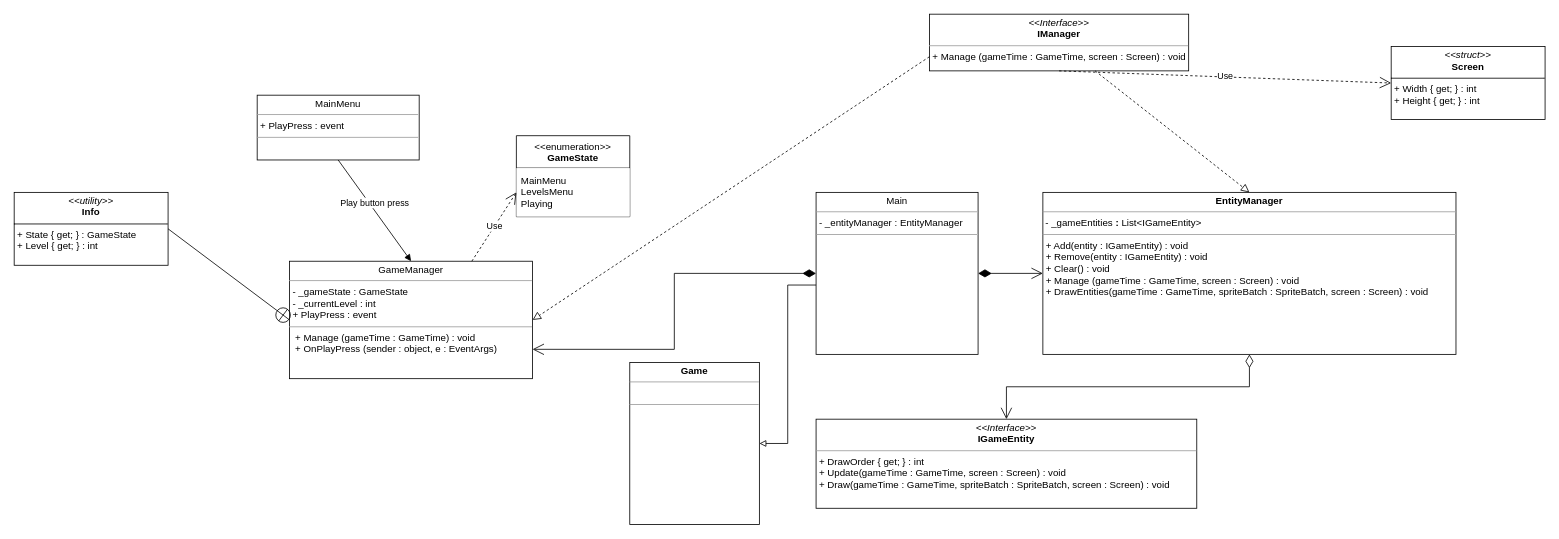
This is Diagram.drawio from Ycalk/Confinement, a draw.io file, before an edit. Source tidied: cells renumbered, new cells numbered last; positions are measured from the earlier drawing's top-left corner, leaving out a move shared by most shapes. Both pictures are drawn from the tidied source at 81%, with x=0, y=0 at pixel (14, 14).
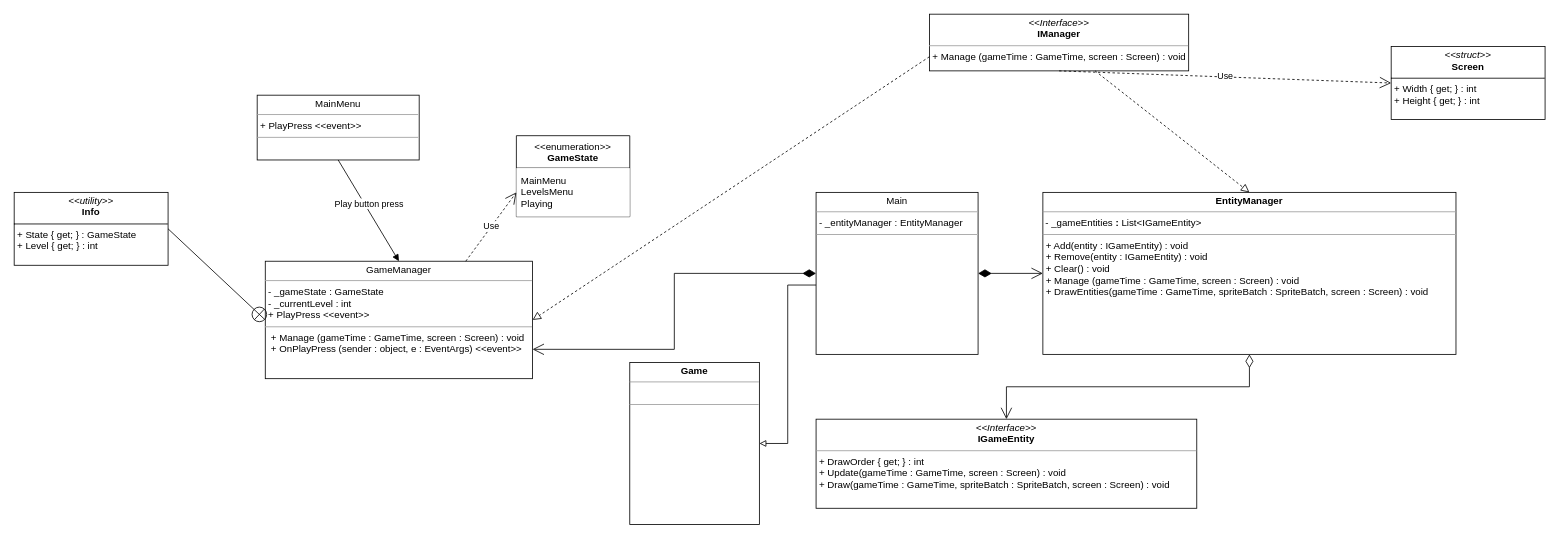
The same diagram, later.

Change to the diagram source:
```diff
@@
-    <mxCell id="12" value="&lt;p style=&quot;margin:0px;margin-top:4px;text-align:center;&quot;&gt;GameManager&lt;/p&gt;&lt;hr size=&quot;1&quot;&gt;&lt;p style=&quot;margin:0px;margin-left:4px;&quot;&gt;- _gameState : GameState&lt;/p&gt;&lt;p style=&quot;margin:0px;margin-left:4px;&quot;&gt;- _currentLevel : int&lt;/p&gt;&lt;p style=&quot;margin:0px;margin-left:4px;&quot;&gt;+ PlayPress : event&lt;/p&gt;&lt;hr size=&quot;1&quot;&gt;&lt;p style=&quot;margin:0px;margin-left:4px;&quot;&gt;&amp;nbsp;+ Manage (gameTime : GameTime) : void&lt;/p&gt;&lt;p style=&quot;margin:0px;margin-left:4px;&quot;&gt;&amp;nbsp;+ OnPlayPress (sender : object, e : EventArgs)&lt;/p&gt;" style="verticalAlign=top;align=left;overflow=fill;fontSize=12;fontFamily=Helvetica;html=1;whiteSpace=wrap;" parent="1" vertex="1">
-      <mxGeometry x="340" y="305" width="300" height="145" as="geometry" />
+    <mxCell id="12" value="&lt;p style=&quot;margin:0px;margin-top:4px;text-align:center;&quot;&gt;GameManager&lt;/p&gt;&lt;hr size=&quot;1&quot;&gt;&lt;p style=&quot;margin:0px;margin-left:4px;&quot;&gt;- _gameState : GameState&lt;/p&gt;&lt;p style=&quot;margin:0px;margin-left:4px;&quot;&gt;- _currentLevel : int&lt;/p&gt;&lt;p style=&quot;margin:0px;margin-left:4px;&quot;&gt;+ PlayPress &amp;lt;&amp;lt;event&amp;gt;&amp;gt;&lt;/p&gt;&lt;hr size=&quot;1&quot;&gt;&lt;p style=&quot;margin:0px;margin-left:4px;&quot;&gt;&amp;nbsp;+ Manage (gameTime : GameTime, screen : Screen) : void&lt;/p&gt;&lt;p style=&quot;margin:0px;margin-left:4px;&quot;&gt;&amp;nbsp;+ OnPlayPress (sender : object, e : EventArgs) &amp;lt;&amp;lt;event&amp;gt;&amp;gt;&lt;/p&gt;" style="verticalAlign=top;align=left;overflow=fill;fontSize=12;fontFamily=Helvetica;html=1;whiteSpace=wrap;" parent="1" vertex="1">
+      <mxGeometry x="310" y="305" width="330" height="145" as="geometry" />
     </mxCell>
@@
-    <mxCell id="21" value="&lt;p style=&quot;margin:0px;margin-top:4px;text-align:center;&quot;&gt;MainMenu&lt;br&gt;&lt;/p&gt;&lt;hr size=&quot;1&quot;&gt;&lt;p style=&quot;margin:0px;margin-left:4px;&quot;&gt;+&amp;nbsp;PlayPress : event&lt;/p&gt;&lt;hr size=&quot;1&quot;&gt;&lt;p style=&quot;margin:0px;margin-left:4px;&quot;&gt;&amp;nbsp;&lt;/p&gt;" style="verticalAlign=top;align=left;overflow=fill;fontSize=12;fontFamily=Helvetica;html=1;whiteSpace=wrap;" parent="1" vertex="1">
+    <mxCell id="21" value="&lt;p style=&quot;margin:0px;margin-top:4px;text-align:center;&quot;&gt;MainMenu&lt;br&gt;&lt;/p&gt;&lt;hr size=&quot;1&quot;&gt;&lt;p style=&quot;margin:0px;margin-left:4px;&quot;&gt;+&amp;nbsp;PlayPress &amp;lt;&amp;lt;event&amp;gt;&amp;gt;&lt;/p&gt;&lt;hr size=&quot;1&quot;&gt;&lt;p style=&quot;margin:0px;margin-left:4px;&quot;&gt;&amp;nbsp;&lt;/p&gt;" style="verticalAlign=top;align=left;overflow=fill;fontSize=12;fontFamily=Helvetica;html=1;whiteSpace=wrap;" parent="1" vertex="1">
       <mxGeometry x="300" y="100" width="200" height="80" as="geometry" />
     </mxCell>
```
